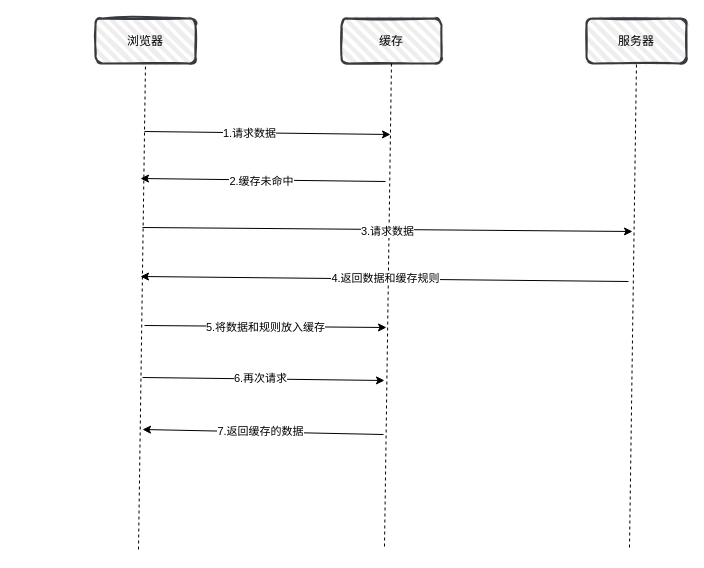
Earlier version of the draw.io diagram dcas/未命名绘图.drawio (OnceNever/drawio). Source tidied: cells renumbered, new cells numbered last; positions are measured from the earlier drawing's top-left corner, leaving out a move shared by most shapes. Both pictures are drawn from the tidied source at 100%, with x=0, y=0 at pixel (95, 18).
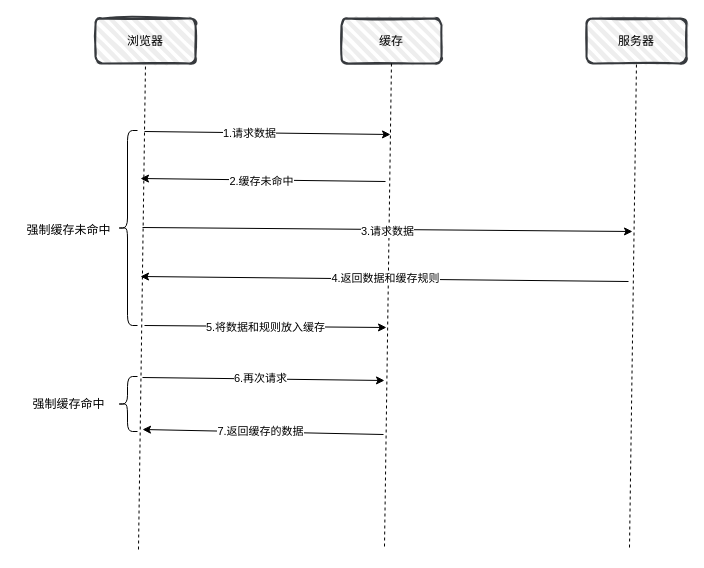
After the change.

Commit message:
HTTP强制缓存流程示意图.drawio

Diff of the diagram source:
```diff
@@
+    <mxCell id="22" style="shape=curlyBracket;whiteSpace=wrap;html=1;rounded=1;labelPosition=left;verticalLabelPosition=middle;align=right;verticalAlign=middle;" parent="1" vertex="1">
+      <mxGeometry x="22" y="112" width="20" height="195" as="geometry" />
+    </mxCell>
+    <mxCell id="23" style="shape=curlyBracket;whiteSpace=wrap;html=1;rounded=1;labelPosition=left;verticalLabelPosition=middle;align=right;verticalAlign=middle;" parent="1" vertex="1">
+      <mxGeometry x="22" y="358" width="20" height="55" as="geometry" />
+    </mxCell>
+    <mxCell id="24" value="强制缓存未命中" style="text;html=1;align=center;verticalAlign=middle;strokeColor=none;fillColor=none;" parent="1" vertex="1">
+      <mxGeometry x="-78" y="199" width="102" height="26" as="geometry" />
+    </mxCell>
+    <mxCell id="25" value="强制缓存命中" style="text;html=1;align=center;verticalAlign=middle;strokeColor=none;fillColor=none;" parent="1" vertex="1">
+      <mxGeometry x="-72" y="372.5" width="90" height="26" as="geometry" />
+    </mxCell>
```
